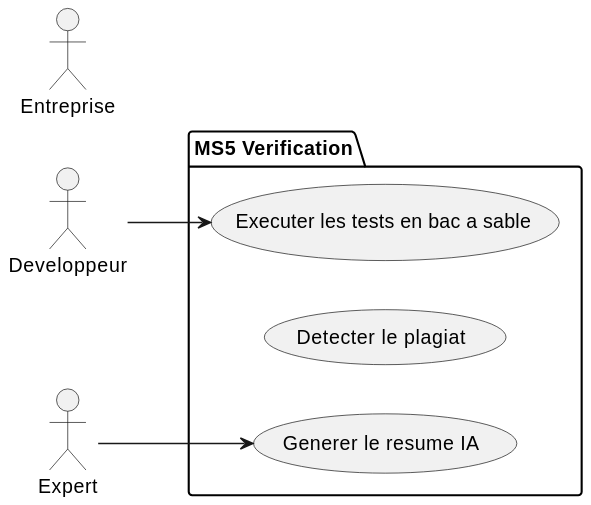
Before: docs/Diagrams/Verification/ms5-verification-use-case.svg, a diagram exported from PlantUML (reemslama/mini-projet-web).
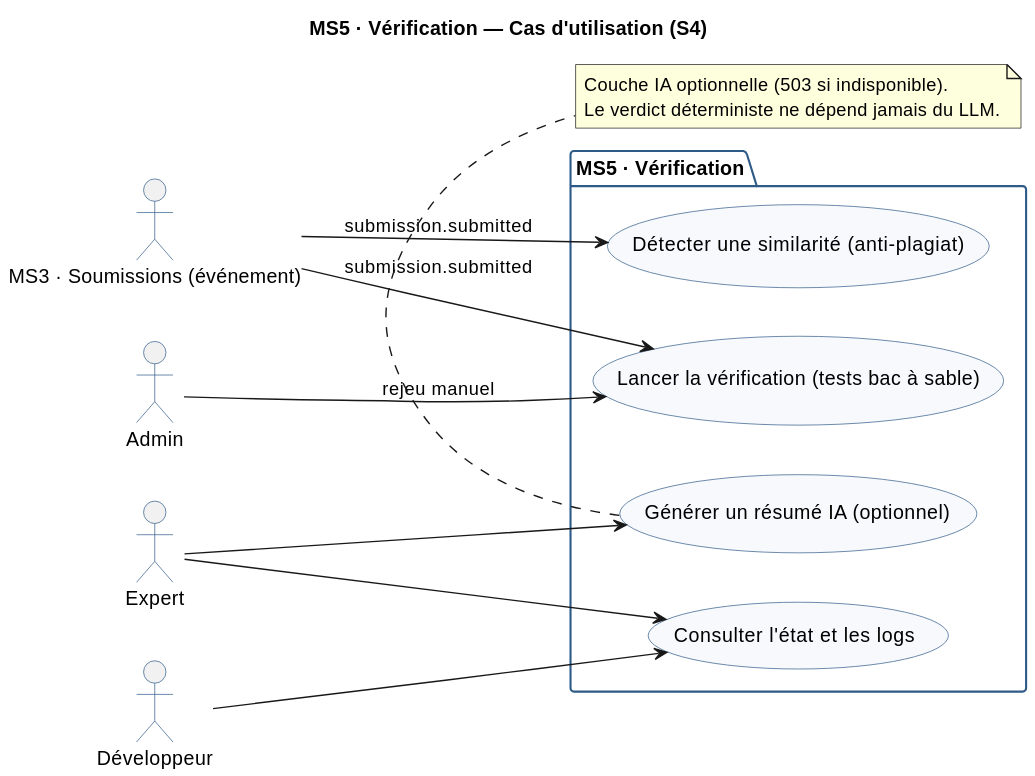
Above is the later version.

What changed in the source:
```diff
@@ -1,16 +1,37 @@
 @startuml
+title MS5 · Vérification — Cas d'utilisation (S4)
+
 skinparam backgroundColor #FFFFFF
+skinparam shadowing false
+skinparam FontName Helvetica
+skinparam FontSize 12
+skinparam UsecaseBackgroundColor #F7F9FC
+skinparam UsecaseBorderColor #2E5A88
+skinparam ActorBorderColor #2E5A88
+skinparam PackageBorderColor #2E5A88
+
 left to right direction
-actor Developpeur
-actor Expert
-actor Entreprise
+actor "MS3 · Soumissions (événement)" as MS3
+actor "Développeur" as DEV
+actor "Expert" as EXP
+actor "Admin" as ADM
 
-package "MS5 Verification" {
-  usecase "Executer les tests en bac a sable" as UC1
-  usecase "Detecter le plagiat" as UC2
-  usecase "Generer le resume IA" as UC3
+package "MS5 · Vérification" {
+  usecase "Lancer la vérification (tests bac à sable)" as UC1
+  usecase "Détecter une similarité (anti-plagiat)" as UC2
+  usecase "Consulter l'état et les logs" as UC3
+  usecase "Générer un résumé IA (optionnel)" as UC4
 }
 
-Developpeur --> UC1
-Expert --> UC3
+MS3 --> UC1 : submission.submitted
+MS3 --> UC2 : submission.submitted
+ADM --> UC1 : rejeu manuel
+DEV --> UC3
+EXP --> UC3
+EXP --> UC4
+
+note bottom of UC4
+  Couche IA optionnelle (503 si indisponible).
+  Le verdict déterministe ne dépend jamais du LLM.
+end note
 @enduml
```
